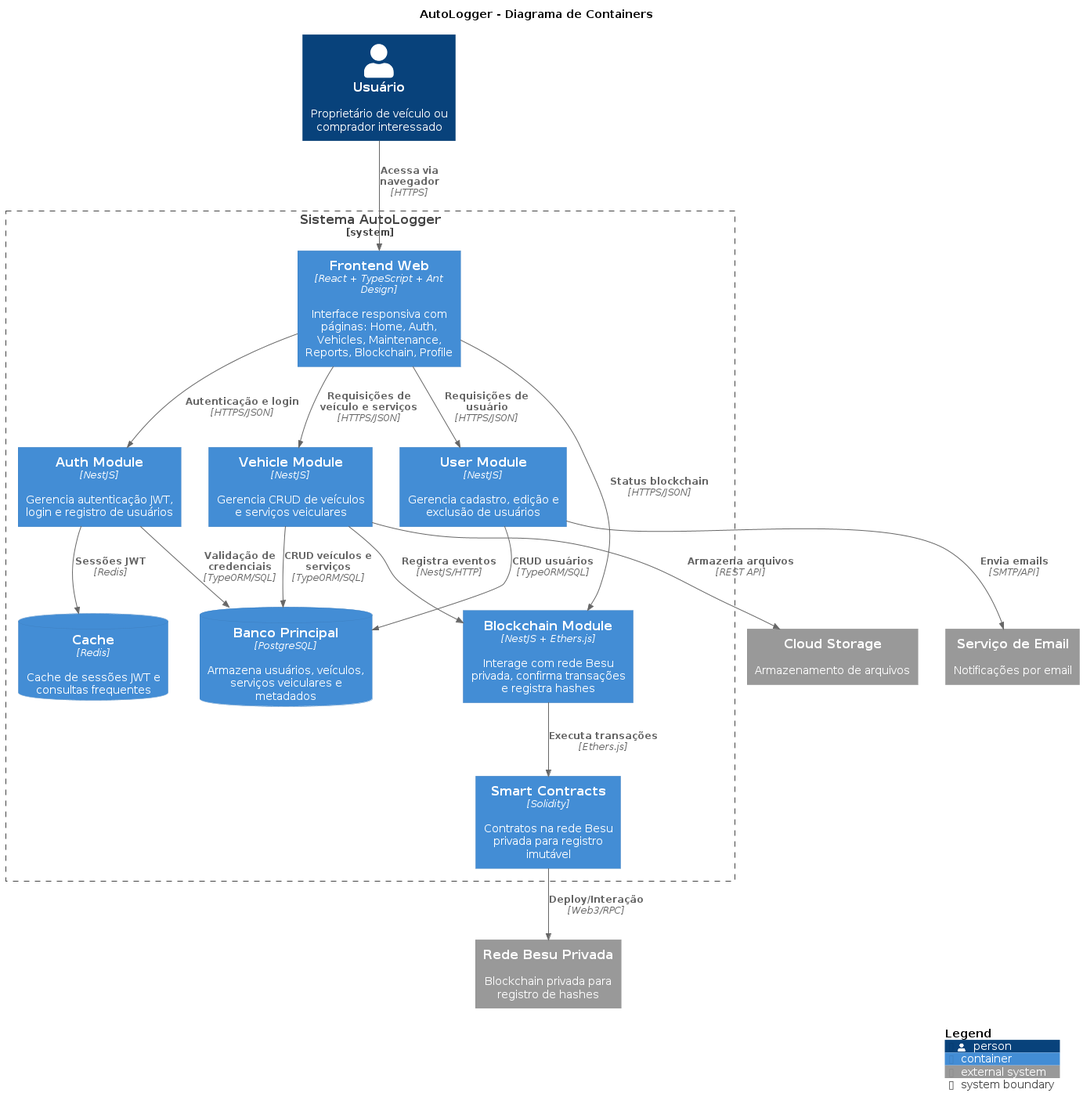
Earlier version of the PlantUML export docs/c4_architecture/c4_level2.png (Pellegr1n1/autologger-services).
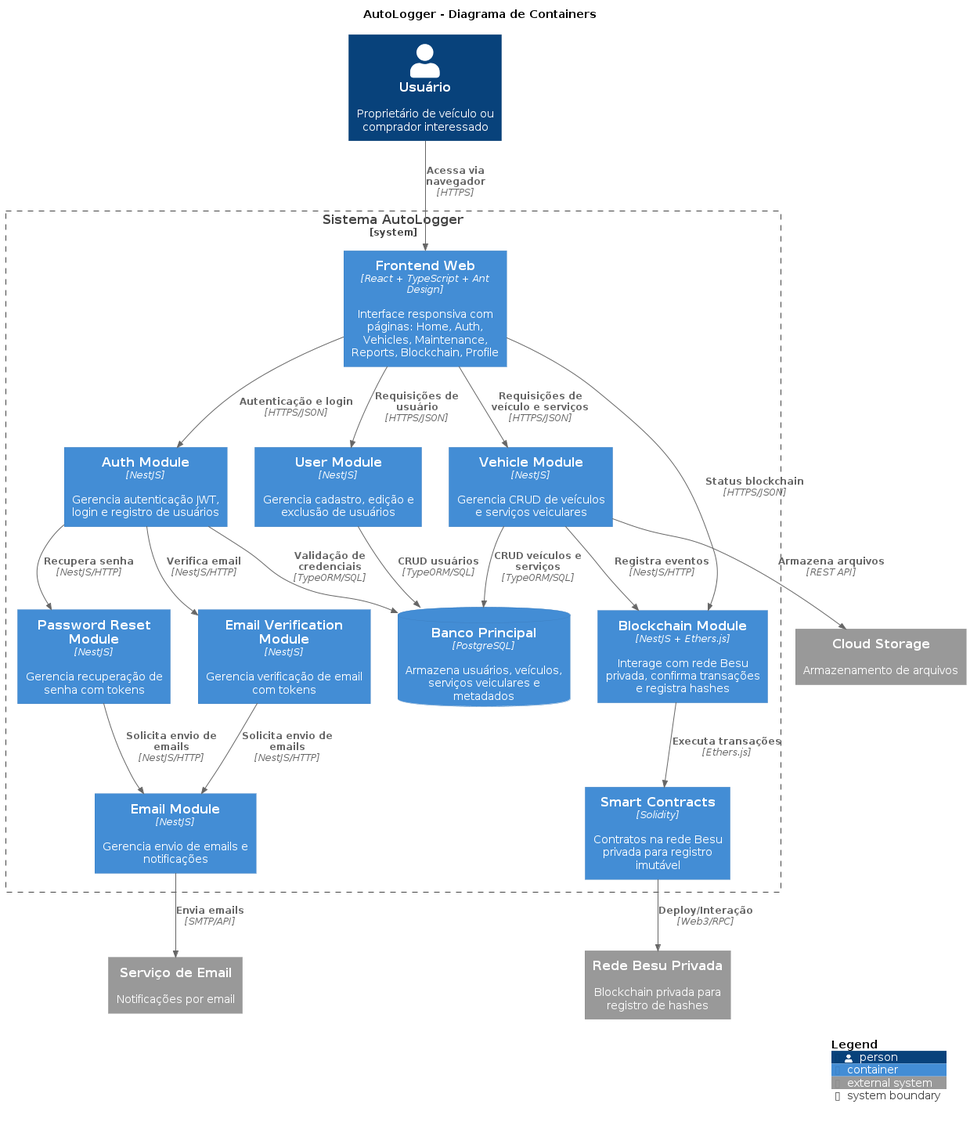
The same diagram one commit later.

What changed in the source:
```diff
@@ -14,13 +14,17 @@
 
     Container(user_module, "User Module", "NestJS", "Gerencia cadastro, edição e exclusão de usuários")
 
+    Container(email_module, "Email Module", "NestJS", "Gerencia envio de emails e notificações")
+
+    Container(email_verification_module, "Email Verification Module", "NestJS", "Gerencia verificação de email com tokens")
+
+    Container(password_reset_module, "Password Reset Module", "NestJS", "Gerencia recuperação de senha com tokens")
+
     Container(vehicle_module, "Vehicle Module", "NestJS", "Gerencia CRUD de veículos e serviços veiculares")
 
     Container(blockchain_module, "Blockchain Module", "NestJS + Ethers.js", "Interage com rede Besu privada, confirma transações e registra hashes")
 
     ContainerDb(main_db, "Banco Principal", "PostgreSQL", "Armazena usuários, veículos, serviços veiculares e metadados")
-
-    ContainerDb(cache_db, "Cache", "Redis", "Cache de sessões JWT e consultas frequentes")
 
     Container(smart_contracts, "Smart Contracts", "Solidity", "Contratos na rede Besu privada para registro imutável")
 }
@@ -37,17 +41,19 @@
 Rel(frontend, blockchain_module, "Status blockchain", "HTTPS/JSON")
 
 Rel(auth_module, main_db, "Validação de credenciais", "TypeORM/SQL")
+Rel(auth_module, email_verification_module, "Verifica email", "NestJS/HTTP")
+Rel(auth_module, password_reset_module, "Recupera senha", "NestJS/HTTP")
 Rel(user_module, main_db, "CRUD usuários", "TypeORM/SQL")
 Rel(vehicle_module, main_db, "CRUD veículos e serviços", "TypeORM/SQL")
-
-Rel(auth_module, cache_db, "Sessões JWT", "Redis")
 
 Rel(vehicle_module, blockchain_module, "Registra eventos", "NestJS/HTTP")
 Rel(blockchain_module, smart_contracts, "Executa transações", "Ethers.js")
 Rel(smart_contracts, besu_net, "Deploy/Interação", "Web3/RPC")
 
 Rel(vehicle_module, storage_ext, "Armazena arquivos", "REST API")
-Rel(user_module, email_ext, "Envia emails", "SMTP/API")
+Rel(email_verification_module, email_module, "Solicita envio de emails", "NestJS/HTTP")
+Rel(password_reset_module, email_module, "Solicita envio de emails", "NestJS/HTTP")
+Rel(email_module, email_ext, "Envia emails", "SMTP/API")
 
 SHOW_LEGEND()
 @enduml
```
